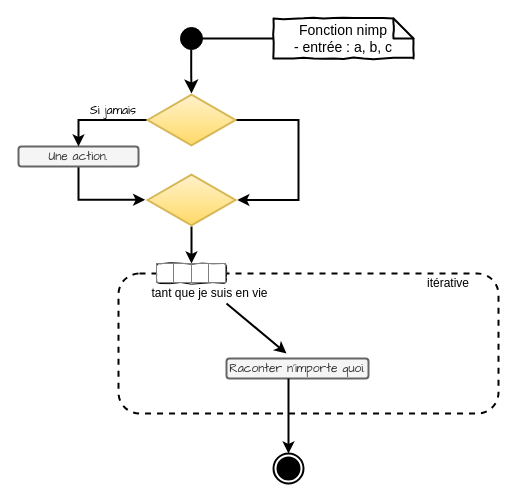
Earlier version of the draw.io diagram diagrames_types/programme.drawio (deadLocks21/C.A.R.O.). Source tidied: cells renumbered, new cells numbered last; positions are measured from the earlier drawing's top-left corner, leaving out a move shared by most shapes. Both pictures are drawn from the tidied source at 100%, with x=0, y=0 at pixel (18, 18).
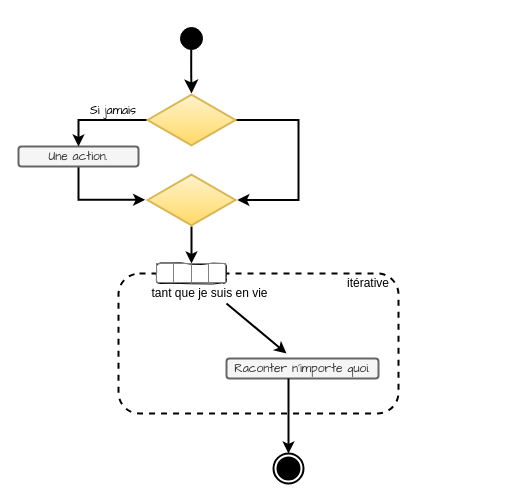
The same diagram, later.

The edit, as a diff of the source:
```diff
@@
-    <mxCell id="2" style="edgeStyle=orthogonalEdgeStyle;rounded=0;jettySize=auto;html=1;endArrow=none;endFill=0;strokeColor=#000000;strokeWidth=2;entryX=0;entryY=0.5;entryDx=0;entryDy=0;entryPerimeter=0;exitX=0.858;exitY=0.5;exitDx=0;exitDy=0;exitPerimeter=0;" parent="1" edge="1" source="3" target="21">
-      <mxGeometry relative="1" as="geometry" />
-    </mxCell>
-    <mxCell id="3" style="ellipse;html=1;shape=startState;fillColor=#000000;strokeColor=#000000;strokeWidth=1;" parent="1" vertex="1">
+    <mxCell id="3" style="ellipse;html=1;shape=startState;fillColor=#000000;strokeColor=#000000;strokeWidth=1;fontColor=#FFFFFF;" parent="1" vertex="1">
       <mxGeometry x="158" y="5" width="30" height="30" as="geometry" />
     </mxCell>
@@
     <mxCell id="13" style="rounded=1;whiteSpace=wrap;html=1;shadow=0;glass=0;dashed=1;comic=0;strokeColor=#000000;strokeWidth=2;fillColor=#ffffff;gradientColor=none;" parent="1" vertex="1">
-      <mxGeometry x="100" y="255" width="380" height="140" as="geometry" />
+      <mxGeometry x="100" y="255" width="280" height="140" as="geometry" />
     </mxCell>
@@
     <mxCell id="15" value="itérative" style="text;html=1;strokeColor=none;fillColor=none;align=center;verticalAlign=middle;whiteSpace=wrap;rounded=0;shadow=0;glass=0;comic=1;" parent="1" vertex="1">
-      <mxGeometry x="410" y="255" width="40" height="20" as="geometry" />
+      <mxGeometry x="330" y="255" width="40" height="20" as="geometry" />
     </mxCell>
@@
     <mxCell id="17" value="&lt;font face=&quot;Comic Sans MS&quot;&gt;Raconter n'importe quoi.&lt;/font&gt;" style="rounded=1;whiteSpace=wrap;html=1;strokeColor=#666666;strokeWidth=2;fillColor=#f5f5f5;fontColor=#333333;" parent="1" vertex="1">
-      <mxGeometry x="208" y="340" width="142" height="20" as="geometry" />
+      <mxGeometry x="208" y="340" width="152" height="20" as="geometry" />
     </mxCell>
@@
-    <mxCell id="21" value="&lt;div&gt;Fonction nimp&lt;/div&gt;&lt;div&gt;- entrée : a, b, c&lt;/div&gt;" style="shape=note;strokeWidth=2;fontSize=14;size=20;whiteSpace=wrap;html=1;rounded=1;shadow=0;glass=0;comic=1;fillColor=#FFFFFF;gradientColor=none;" parent="1" vertex="1">
-      <mxGeometry x="255" width="140" height="40" as="geometry" />
-    </mxCell>
```
